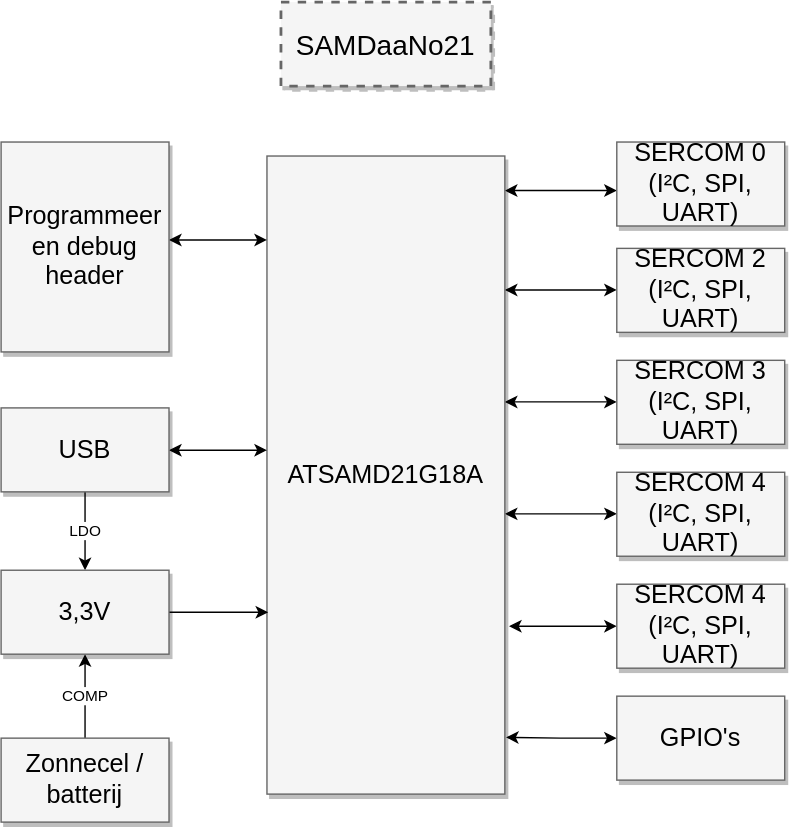
Earlier version of the draw.io export assets/blokdiagram.svg (DaanDekoningKrekels/FLWSB-SAMDaaNo21). Source tidied: cells renumbered, new cells last; positions are measured from the earlier drawing's top-left corner, leaving out a move shared by most shapes.
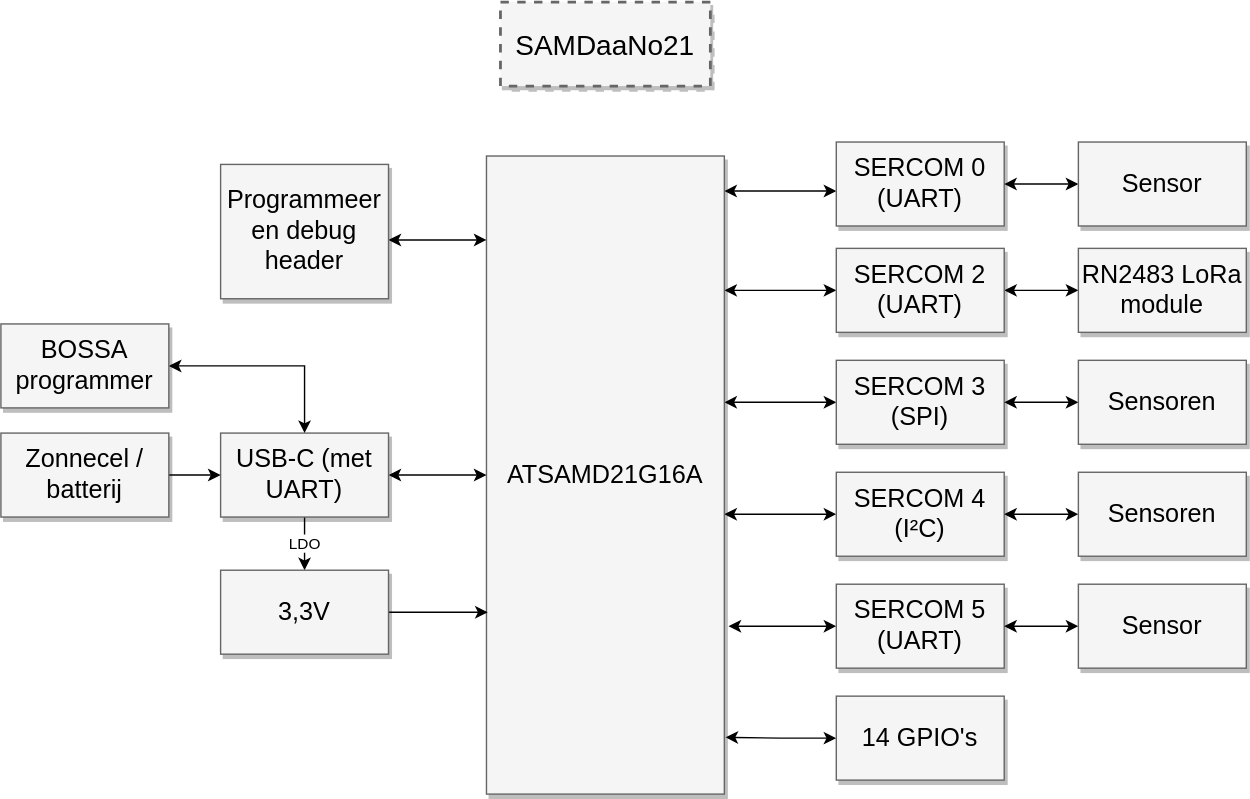
After the change.

Commit message:
update documentatie en aanpassing blokdiagram

Change to the diagram source:
```diff
@@ -17,10 +17,10 @@
     <mxCell id="6" style="edgeStyle=elbowEdgeStyle;rounded=0;html=1;startArrow=classic;startFill=1;jettySize=auto;fontSize=18;elbow=vertical;entryX=0;entryY=0.5;entryDx=0;entryDy=0;" parent="1" edge="1" source="7" target="18">
       <mxGeometry relative="1" as="geometry" />
     </mxCell>
-    <mxCell id="7" value="ATSAMD21G18A" style="whiteSpace=wrap;html=1;shadow=1;fontSize=18;fillColor=#f5f5f5;strokeColor=#666666;" parent="1" vertex="1">
+    <mxCell id="7" value="ATSAMD21G16A" style="whiteSpace=wrap;html=1;shadow=1;fontSize=18;fillColor=#f5f5f5;strokeColor=#666666;" parent="1" vertex="1">
       <mxGeometry x="190" y="110" width="170" height="456" as="geometry" />
     </mxCell>
-    <mxCell id="8" value="SERCOM 0 (I²C, SPI, UART)" style="whiteSpace=wrap;html=1;shadow=1;fontSize=18;fillColor=#f5f5f5;strokeColor=#666666;" parent="1" vertex="1">
+    <mxCell id="8" value="SERCOM 0 (UART)" style="whiteSpace=wrap;html=1;shadow=1;fontSize=18;fillColor=#f5f5f5;strokeColor=#666666;" parent="1" vertex="1">
       <mxGeometry x="440" y="100" width="120" height="60" as="geometry" />
     </mxCell>
     <mxCell id="9" style="edgeStyle=elbowEdgeStyle;rounded=0;html=1;startArrow=classic;startFill=1;jettySize=auto;fontSize=18;elbow=vertical;" parent="1" edge="1" source="10" target="7">
@@ -31,7 +31,7 @@
       </mxGeometry>
     </mxCell>
     <mxCell id="10" value="Programmeer en debug header" style="whiteSpace=wrap;html=1;shadow=1;fontSize=18;fillColor=#f5f5f5;strokeColor=#666666;" parent="1" vertex="1">
-      <mxGeometry y="100" width="120" height="150" as="geometry" />
+      <mxGeometry y="116" width="120" height="96" as="geometry" />
     </mxCell>
     <mxCell id="11" style="edgeStyle=elbowEdgeStyle;rounded=0;html=1;startArrow=classic;startFill=1;jettySize=auto;fontSize=18;elbow=vertical;" parent="1" edge="1" source="13" target="7">
       <mxGeometry relative="1" as="geometry" />
@@ -39,11 +39,15 @@
     <mxCell id="12" value="LDO" style="edgeStyle=orthogonalEdgeStyle;rounded=0;jettySize=auto;html=1;startArrow=none;startFill=0;" parent="1" edge="1" source="13" target="16">
       <mxGeometry relative="1" as="geometry" />
     </mxCell>
-    <mxCell id="13" value="USB" style="whiteSpace=wrap;html=1;shadow=1;fontSize=18;fillColor=#f5f5f5;strokeColor=#666666;" parent="1" vertex="1">
-      <mxGeometry y="290" width="120" height="60" as="geometry" />
+    <mxCell id="13" value="USB-C (met UART)" style="whiteSpace=wrap;html=1;shadow=1;fontSize=18;fillColor=#f5f5f5;strokeColor=#666666;" parent="1" vertex="1">
+      <mxGeometry y="308" width="120" height="60" as="geometry" />
     </mxCell>
-    <mxCell id="14" value="COMP" style="edgeStyle=elbowEdgeStyle;rounded=0;html=1;startArrow=classic;startFill=1;jettySize=auto;fontSize=11;elbow=vertical;entryX=0.5;entryY=0;entryDx=0;entryDy=0;endArrow=none;endFill=0;" parent="1" edge="1" source="16" target="22">
-      <mxGeometry relative="1" as="geometry" />
+    <mxCell id="14" value="COMP" style="edgeStyle=elbowEdgeStyle;rounded=0;html=1;startArrow=classic;startFill=1;jettySize=auto;fontSize=11;elbow=vertical;entryX=0.5;entryY=0;entryDx=0;entryDy=0;endArrow=none;endFill=0;exitX=0;exitY=0.5;exitDx=0;exitDy=0;" parent="1" edge="1" source="13" target="22">
+      <mxGeometry relative="1" as="geometry">
+        <Array as="points">
+          <mxPoint x="-47" y="338" />
+        </Array>
+      </mxGeometry>
     </mxCell>
     <mxCell id="15" style="edgeStyle=orthogonalEdgeStyle;rounded=0;jettySize=auto;html=1;startArrow=none;startFill=0;entryX=0.005;entryY=0.715;entryDx=0;entryDy=0;entryPerimeter=0;" parent="1" edge="1" source="16" target="7">
       <mxGeometry relative="1" as="geometry" />
@@ -51,13 +55,16 @@
     <mxCell id="16" value="3,3V" style="whiteSpace=wrap;html=1;shadow=1;fontSize=18;fillColor=#f5f5f5;strokeColor=#666666;" parent="1" vertex="1">
       <mxGeometry y="406" width="120" height="60" as="geometry" />
     </mxCell>
+    <mxCell id="25" style="edgeStyle=orthogonalEdgeStyle;rounded=0;jettySize=auto;html=1;startArrow=classic;startFill=1;" parent="1" edge="1" source="17" target="26">
+      <mxGeometry relative="1" as="geometry" />
+    </mxCell>
-    <mxCell id="17" value="SERCOM 2 (I²C, SPI, UART)" style="whiteSpace=wrap;html=1;shadow=1;fontSize=18;fillColor=#f5f5f5;strokeColor=#666666;" parent="1" vertex="1">
+    <mxCell id="17" value="SERCOM 2 (UART)" style="whiteSpace=wrap;html=1;shadow=1;fontSize=18;fillColor=#f5f5f5;strokeColor=#666666;" parent="1" vertex="1">
       <mxGeometry x="440" y="176" width="120" height="60" as="geometry" />
     </mxCell>
-    <mxCell id="18" value="SERCOM 4 (I²C, SPI, UART)" style="whiteSpace=wrap;html=1;shadow=1;fontSize=18;fillColor=#f5f5f5;strokeColor=#666666;" parent="1" vertex="1">
+    <mxCell id="18" value="SERCOM 4 (I²C)" style="whiteSpace=wrap;html=1;shadow=1;fontSize=18;fillColor=#f5f5f5;strokeColor=#666666;" parent="1" vertex="1">
       <mxGeometry x="440" y="336" width="120" height="60" as="geometry" />
     </mxCell>
-    <mxCell id="19" value="SERCOM 3 (I²C, SPI, UART)" style="whiteSpace=wrap;html=1;shadow=1;fontSize=18;fillColor=#f5f5f5;strokeColor=#666666;" parent="1" vertex="1">
+    <mxCell id="19" value="SERCOM 3 (SPI)" style="whiteSpace=wrap;html=1;shadow=1;fontSize=18;fillColor=#f5f5f5;strokeColor=#666666;" parent="1" vertex="1">
       <mxGeometry x="440" y="256" width="120" height="60" as="geometry" />
     </mxCell>
     <mxCell id="20" style="edgeStyle=orthogonalEdgeStyle;rounded=0;jettySize=auto;html=1;startArrow=classic;startFill=1;" parent="1" edge="1" source="21">
@@ -65,17 +72,50 @@
         <mxPoint x="363" y="446" as="targetPoint" />
       </mxGeometry>
     </mxCell>
-    <mxCell id="21" value="SERCOM 4 (I²C, SPI, UART)" style="whiteSpace=wrap;html=1;shadow=1;fontSize=18;fillColor=#f5f5f5;strokeColor=#666666;" parent="1" vertex="1">
+    <mxCell id="21" value="SERCOM 5 (UART)" style="whiteSpace=wrap;html=1;shadow=1;fontSize=18;fillColor=#f5f5f5;strokeColor=#666666;" parent="1" vertex="1">
       <mxGeometry x="440" y="416" width="120" height="60" as="geometry" />
     </mxCell>
     <mxCell id="22" value="Zonnecel / batterij" style="whiteSpace=wrap;html=1;shadow=1;fontSize=18;fillColor=#f5f5f5;strokeColor=#666666;" parent="1" vertex="1">
-      <mxGeometry y="526" width="120" height="60" as="geometry" />
+      <mxGeometry x="-157" y="308" width="120" height="60" as="geometry" />
     </mxCell>
     <mxCell id="23" style="edgeStyle=orthogonalEdgeStyle;rounded=0;jettySize=auto;html=1;entryX=1.005;entryY=0.911;entryDx=0;entryDy=0;entryPerimeter=0;startArrow=classic;startFill=1;" parent="1" edge="1" source="24" target="7">
       <mxGeometry relative="1" as="geometry" />
     </mxCell>
-    <mxCell id="24" value="GPIO's" style="whiteSpace=wrap;html=1;shadow=1;fontSize=18;fillColor=#f5f5f5;strokeColor=#666666;" parent="1" vertex="1">
+    <mxCell id="24" value="14 GPIO's" style="whiteSpace=wrap;html=1;shadow=1;fontSize=18;fillColor=#f5f5f5;strokeColor=#666666;" parent="1" vertex="1">
       <mxGeometry x="440" y="496" width="120" height="60" as="geometry" />
     </mxCell>
+    <mxCell id="26" value="RN2483 LoRa module" style="whiteSpace=wrap;html=1;shadow=1;fontSize=18;fillColor=#f5f5f5;strokeColor=#666666;" parent="1" vertex="1">
+      <mxGeometry x="613" y="176" width="120" height="60" as="geometry" />
+    </mxCell>
+    <mxCell id="27" style="edgeStyle=orthogonalEdgeStyle;rounded=0;jettySize=auto;html=1;startArrow=classic;startFill=1;" parent="1" edge="1" source="28" target="19">
+      <mxGeometry relative="1" as="geometry" />
+    </mxCell>
+    <mxCell id="28" value="Sensoren" style="whiteSpace=wrap;html=1;shadow=1;fontSize=18;fillColor=#f5f5f5;strokeColor=#666666;" parent="1" vertex="1">
+      <mxGeometry x="613" y="256" width="120" height="60" as="geometry" />
+    </mxCell>
+    <mxCell id="29" style="edgeStyle=orthogonalEdgeStyle;rounded=0;jettySize=auto;html=1;startArrow=classic;startFill=1;" parent="1" edge="1" source="30" target="18">
+      <mxGeometry relative="1" as="geometry" />
+    </mxCell>
+    <mxCell id="30" value="Sensoren" style="whiteSpace=wrap;html=1;shadow=1;fontSize=18;fillColor=#f5f5f5;strokeColor=#666666;" parent="1" vertex="1">
+      <mxGeometry x="613" y="336" width="120" height="60" as="geometry" />
+    </mxCell>
+    <mxCell id="31" style="edgeStyle=orthogonalEdgeStyle;rounded=0;jettySize=auto;html=1;startArrow=classic;startFill=1;" parent="1" edge="1" source="32" target="21">
+      <mxGeometry relative="1" as="geometry" />
+    </mxCell>
+    <mxCell id="32" value="Sensor" style="whiteSpace=wrap;html=1;shadow=1;fontSize=18;fillColor=#f5f5f5;strokeColor=#666666;" parent="1" vertex="1">
+      <mxGeometry x="613" y="416" width="120" height="60" as="geometry" />
+    </mxCell>
+    <mxCell id="33" style="edgeStyle=orthogonalEdgeStyle;rounded=0;jettySize=auto;html=1;startArrow=classic;startFill=1;" parent="1" edge="1" source="34" target="8">
+      <mxGeometry relative="1" as="geometry" />
+    </mxCell>
+    <mxCell id="34" value="Sensor" style="whiteSpace=wrap;html=1;shadow=1;fontSize=18;fillColor=#f5f5f5;strokeColor=#666666;" parent="1" vertex="1">
+      <mxGeometry x="613" y="100" width="120" height="60" as="geometry" />
+    </mxCell>
+    <mxCell id="35" style="edgeStyle=orthogonalEdgeStyle;rounded=0;jettySize=auto;html=1;startArrow=classic;startFill=1;entryX=0.5;entryY=0;entryDx=0;entryDy=0;" parent="1" edge="1" source="36" target="13">
+      <mxGeometry relative="1" as="geometry" />
+    </mxCell>
+    <mxCell id="36" value="BOSSA programmer" style="whiteSpace=wrap;html=1;shadow=1;fontSize=18;fillColor=#f5f5f5;strokeColor=#666666;" parent="1" vertex="1">
+      <mxGeometry x="-157" y="230" width="120" height="60" as="geometry" />
+    </mxCell>
   </root>
 </mxGraphModel>
```
